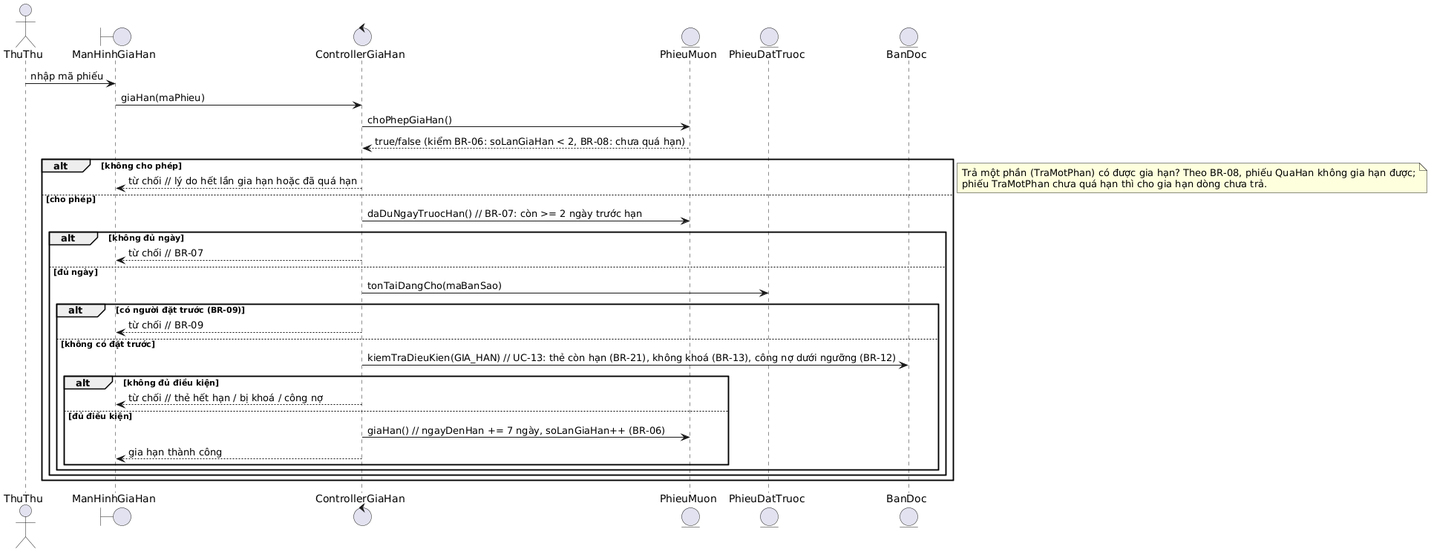
The PlantUML diagram docs/04-thiet-ke/bieu-do-tuan-tu/sd-gia-han.png in mtmtmthehehe/OOAD, before a commit.
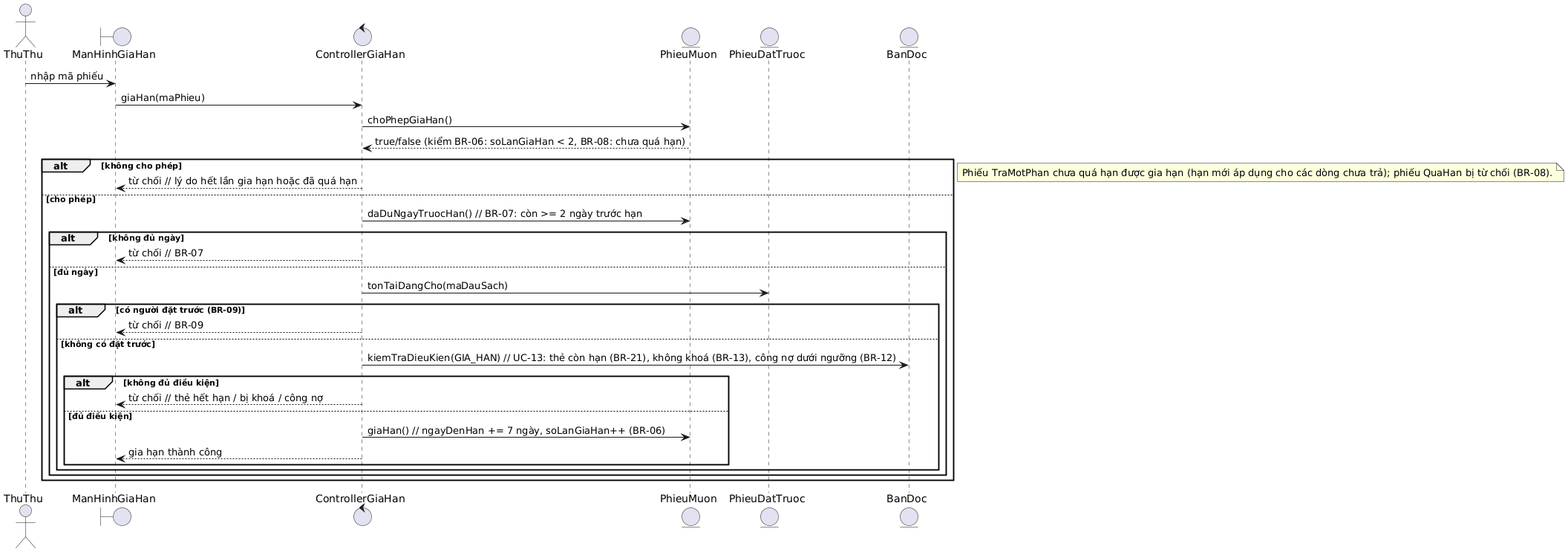
The same diagram one commit later.

Diff of the diagram source:
```diff
@@ -17,7 +17,7 @@
   alt không đủ ngày
     ControllerGiaHan --> ManHinhGiaHan : từ chối // BR-07
   else đủ ngày
-    ControllerGiaHan -> PhieuDatTruoc : tonTaiDangCho(maBanSao)
+    ControllerGiaHan -> PhieuDatTruoc : tonTaiDangCho(maDauSach)
     alt có người đặt trước (BR-09)
       ControllerGiaHan --> ManHinhGiaHan : từ chối // BR-09
     else không có đặt trước
@@ -31,5 +31,5 @@
     end
   end
 end
-note right: Trả một phần (TraMotPhan) có được gia hạn? Theo BR-08, phiếu QuaHan không gia hạn được;\nphiếu TraMotPhan chưa quá hạn thì cho gia hạn dòng chưa trả.
+note right: Phiếu TraMotPhan chưa quá hạn được gia hạn (hạn mới áp dụng cho các dòng chưa trả); phiếu QuaHan bị từ chối (BR-08).
 @enduml
```
